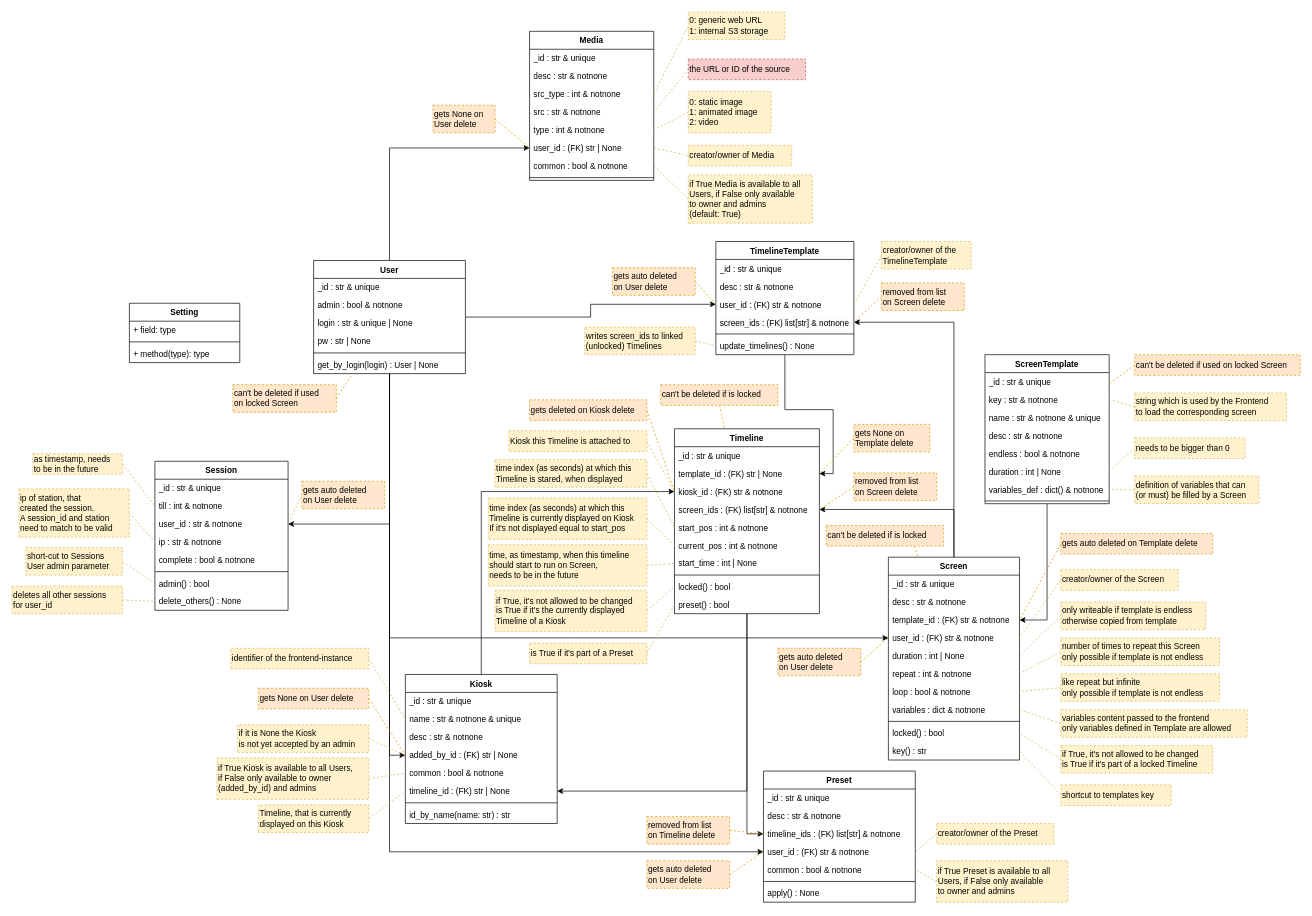
The draw.io diagram docs/elements.drawio in nlptournament/nlpt-kiosk, before the edit. Source tidied: cells renumbered, new cells numbered last; positions are measured from the earlier drawing's top-left corner, leaving out a move shared by most shapes. Both pictures are drawn from the tidied source at 69%, with x=0, y=0 at pixel (12, 12).
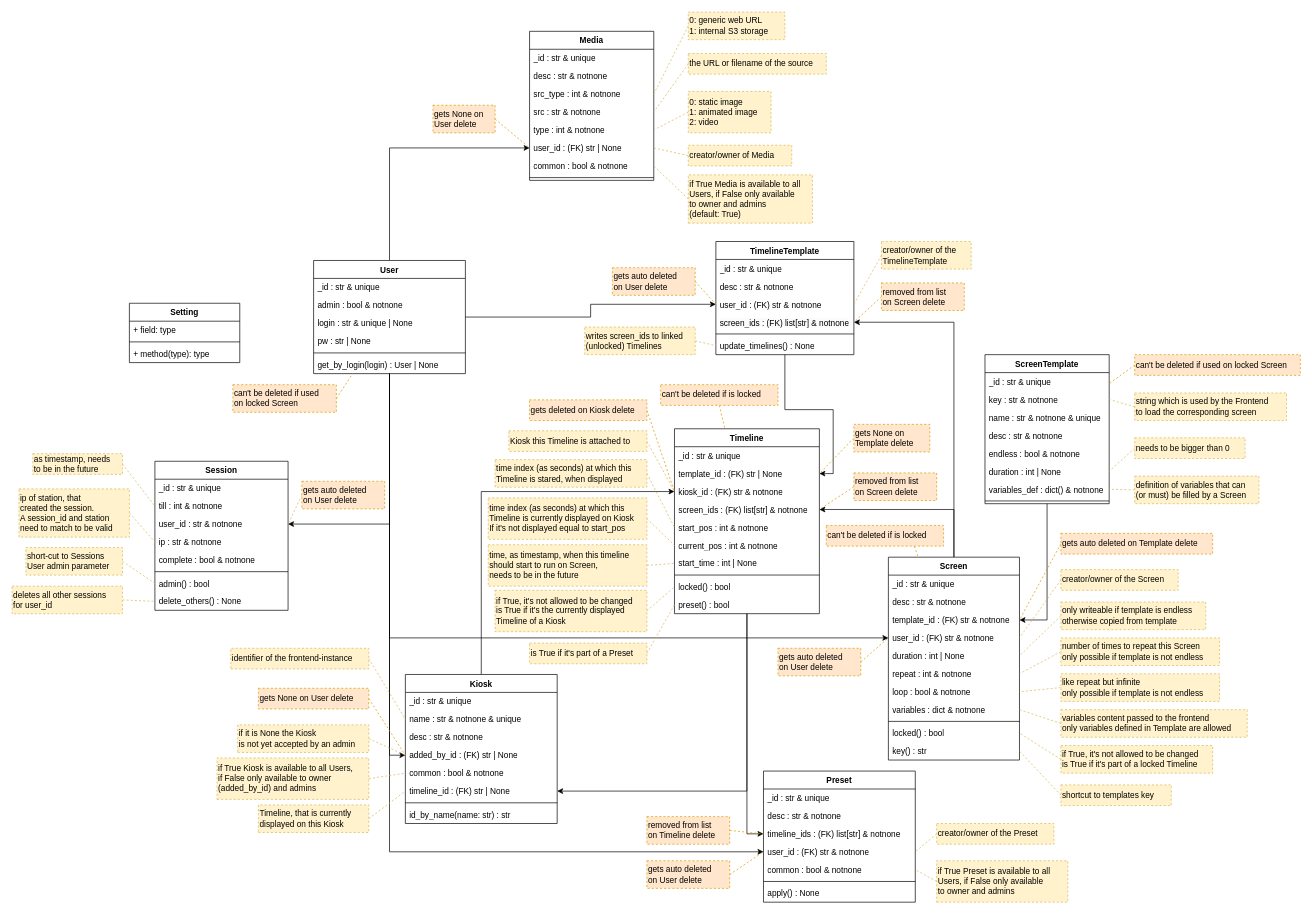
After the change.

Change to the diagram source:
```diff
@@
-    <mxCell id="191" value="&lt;div&gt;the URL or ID of the source&lt;/div&gt;" style="rounded=0;whiteSpace=wrap;html=1;fillColor=#f8cecc;strokeColor=#b85450;dashed=1;align=left;verticalAlign=middle;horizontal=1;labelPosition=center;verticalLabelPosition=middle;" parent="1" vertex="1">
-      <mxGeometry x="980" y="68" width="170" height="30" as="geometry" />
+    <mxCell id="191" value="&lt;div&gt;the URL or filename of the source&lt;/div&gt;" style="rounded=0;whiteSpace=wrap;html=1;fillColor=#fff2cc;strokeColor=#d6b656;dashed=1;align=left;verticalAlign=middle;horizontal=1;labelPosition=center;verticalLabelPosition=middle;" parent="1" vertex="1">
+      <mxGeometry x="980" y="60" width="200" height="30" as="geometry" />
     </mxCell>
```
